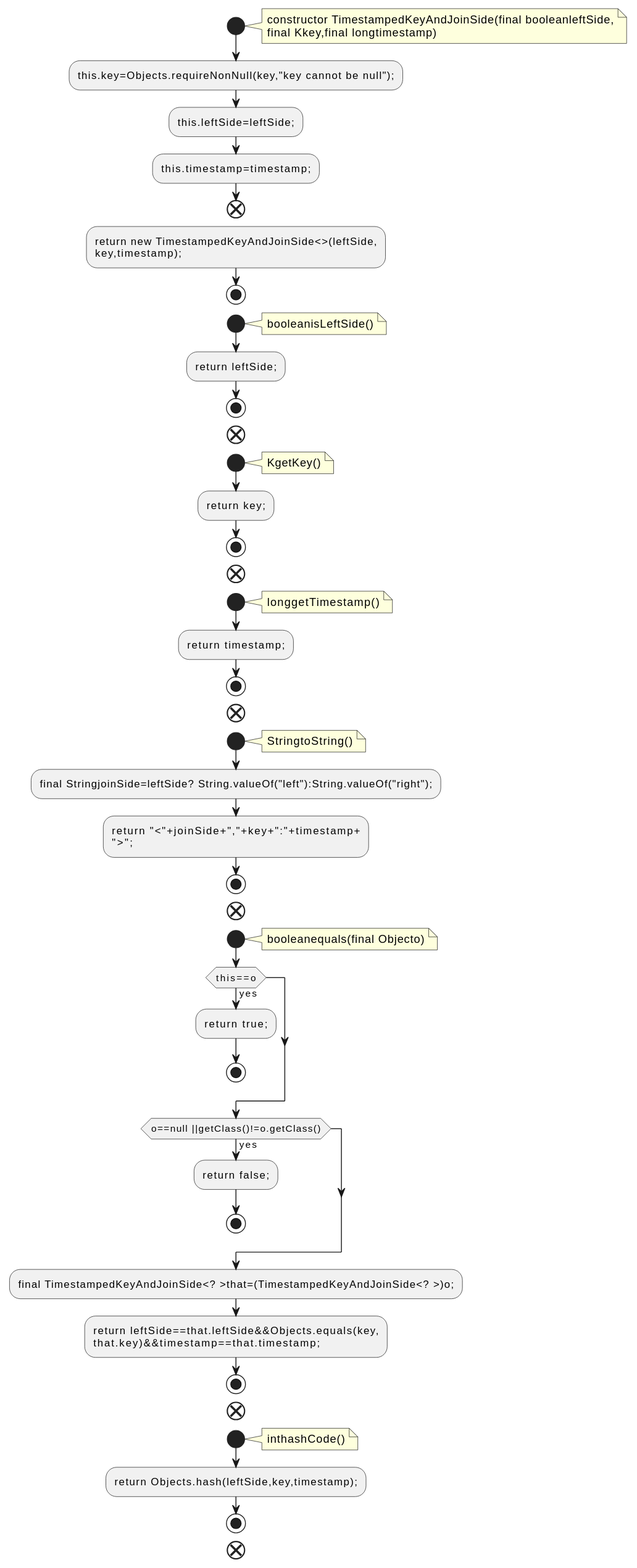
The PlantUML diagram docs/qc/streams/src/main/java/org/apache/kafka/streams/state/internals/TimestampedKeyAndJoinSide.java.fct.svg in qualitesys/kafka, before a commit.
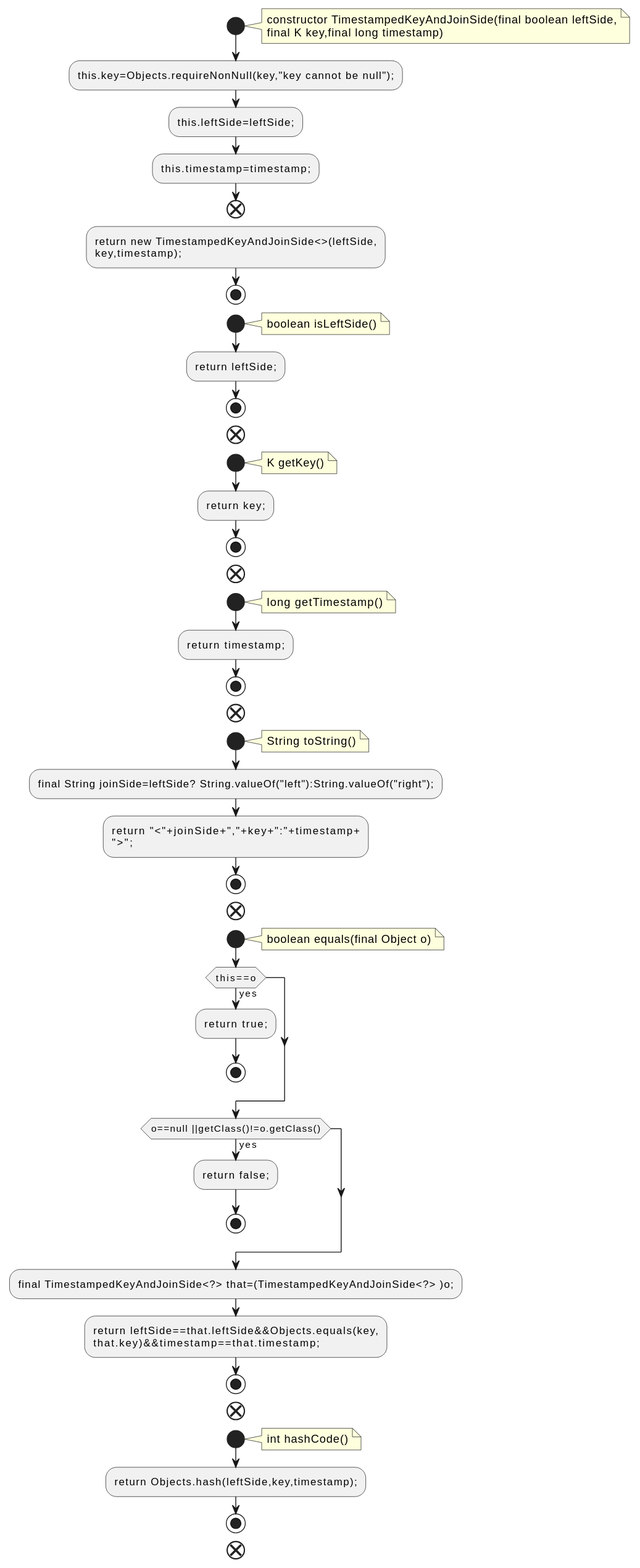
Later version of the same file.

What changed in the source:
```diff
@@ -2,8 +2,8 @@
 !pragma layout smetana
 start
 note right
-constructor TimestampedKeyAndJoinSide(final booleanleftSide,
-final Kkey,final longtimestamp)
+constructor TimestampedKeyAndJoinSide(final boolean leftSide,
+final K key,final long timestamp)
 end note
 :this.key=Objects.requireNonNull(key,"key cannot be null");;
 :this.leftSide=leftSide;;
@@ -14,37 +14,37 @@
 stop
 start
 note right
-booleanisLeftSide()
+boolean isLeftSide()
 end note
 :return leftSide;;
 stop
 end
 start
 note right
-KgetKey()
+K getKey()
 end note
 :return key;;
 stop
 end
 start
 note right
-longgetTimestamp()
+long getTimestamp()
 end note
 :return timestamp;;
 stop
 end
 start
 note right
-StringtoString()
+String toString()
 end note
-:final StringjoinSide=leftSide? String.valueOf("left"):String.valueOf("right");;
+:final String joinSide=leftSide? String.valueOf("left"):String.valueOf("right");;
 :return "<"+joinSide+","+key+":"+timestamp+
 ">";;
 stop
 end
 start
 note right
-booleanequals(final Objecto)
+boolean equals(final Object o)
 end note
 if (this==o) then (yes)
 :return true;;
@@ -54,14 +54,14 @@
 :return false;;
 stop
 endif
-:final TimestampedKeyAndJoinSide<? >that=(TimestampedKeyAndJoinSide<? >)o;;
+:final TimestampedKeyAndJoinSide<?> that=(TimestampedKeyAndJoinSide<?> )o;;
 :return leftSide==that.leftSide&&Objects.equals(key,
 that.key)&&timestamp==that.timestamp;;
 stop
 end
 start
 note right
-inthashCode()
+int hashCode()
 end note
 :return Objects.hash(leftSide,key,timestamp);;
 stop
```
